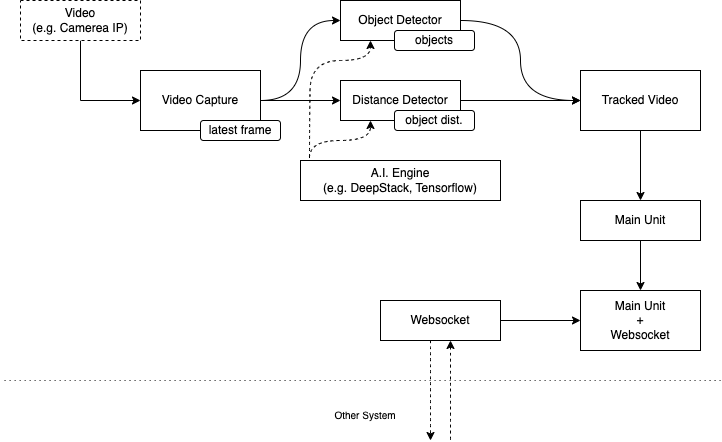
Before: imgs/VPU.png, a diagram exported from draw.io (charles-eyes-ba/video-processing-unit). Source tidied: cells renumbered, new cells last; positions are measured from the earlier drawing's top-left corner, leaving out a move shared by most shapes.
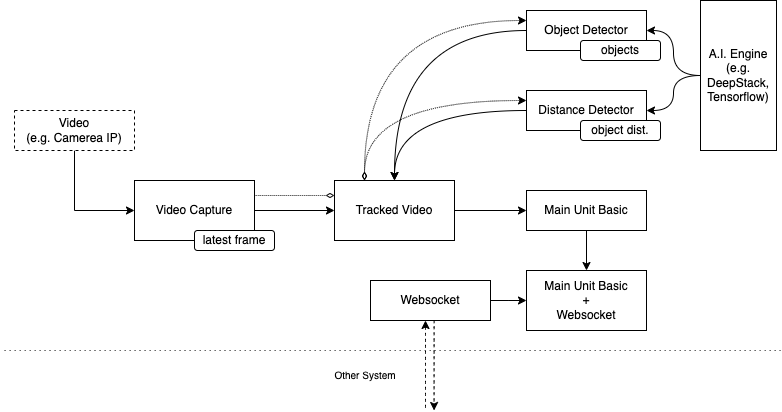
Above is the later version.

The edit, as a diff of the source:
```diff
@@ -6,100 +6,101 @@
       <mxGeometry relative="1" as="geometry" />
     </mxCell>
     <mxCell id="3" value="Video&lt;br&gt;(e.g. Camerea IP)" style="rounded=0;whiteSpace=wrap;html=1;dashed=1;" parent="1" vertex="1">
-      <mxGeometry x="20" width="120" height="40" as="geometry" />
+      <mxGeometry x="18" y="590" width="120" height="40" as="geometry" />
     </mxCell>
-    <mxCell id="4" style="edgeStyle=orthogonalEdgeStyle;rounded=0;jettySize=auto;html=1;entryX=0;entryY=0.5;entryDx=0;entryDy=0;curved=1;" parent="1" edge="1" source="6" target="9">
-      <mxGeometry relative="1" as="geometry" />
-    </mxCell>
-    <mxCell id="5" style="edgeStyle=orthogonalEdgeStyle;curved=1;rounded=0;jettySize=auto;html=1;entryX=0;entryY=0.5;entryDx=0;entryDy=0;" parent="1" edge="1" source="6" target="11">
-      <mxGeometry relative="1" as="geometry" />
-    </mxCell>
+    <mxCell id="28" style="edgeStyle=orthogonalEdgeStyle;curved=1;rounded=0;jettySize=auto;html=1;exitX=1;exitY=0.25;exitDx=0;exitDy=0;entryX=0;entryY=0.25;entryDx=0;entryDy=0;dashed=1;dashPattern=1 1;endArrow=diamondThin;endFill=0;" parent="1" edge="1" source="6" target="13">
+      <mxGeometry relative="1" as="geometry" />
+    </mxCell>
+    <mxCell id="29" style="edgeStyle=orthogonalEdgeStyle;curved=1;rounded=0;jettySize=auto;html=1;entryX=0;entryY=0.5;entryDx=0;entryDy=0;startArrow=none;startFill=0;endArrow=classic;endFill=1;" parent="1" edge="1" source="6" target="13">
+      <mxGeometry relative="1" as="geometry" />
+    </mxCell>
     <mxCell id="6" value="Video Capture" style="rounded=0;whiteSpace=wrap;html=1;" parent="1" vertex="1">
-      <mxGeometry x="140" y="70" width="120" height="60" as="geometry" />
+      <mxGeometry x="138" y="660" width="120" height="60" as="geometry" />
     </mxCell>
     <mxCell id="7" value="latest frame" style="rounded=1;whiteSpace=wrap;html=1;" parent="1" vertex="1">
-      <mxGeometry x="200" y="120" width="80" height="20" as="geometry" />
+      <mxGeometry x="198" y="710" width="80" height="20" as="geometry" />
     </mxCell>
-    <mxCell id="8" style="edgeStyle=orthogonalEdgeStyle;curved=1;rounded=0;jettySize=auto;html=1;entryX=0;entryY=0.5;entryDx=0;entryDy=0;" parent="1" edge="1" source="9" target="13">
-      <mxGeometry relative="1" as="geometry" />
-    </mxCell>
     <mxCell id="9" value="Object Detector" style="rounded=0;whiteSpace=wrap;html=1;" parent="1" vertex="1">
-      <mxGeometry x="340" width="120" height="40" as="geometry" />
+      <mxGeometry x="530" y="490" width="120" height="40" as="geometry" />
     </mxCell>
-    <mxCell id="10" style="edgeStyle=orthogonalEdgeStyle;curved=1;rounded=0;jettySize=auto;html=1;entryX=0;entryY=0.5;entryDx=0;entryDy=0;" parent="1" edge="1" source="11" target="13">
-      <mxGeometry relative="1" as="geometry" />
-    </mxCell>
     <mxCell id="11" value="Distance Detector" style="rounded=0;whiteSpace=wrap;html=1;" parent="1" vertex="1">
-      <mxGeometry x="340" y="80" width="120" height="40" as="geometry" />
+      <mxGeometry x="530" y="570" width="120" height="40" as="geometry" />
     </mxCell>
-    <mxCell id="12" style="edgeStyle=orthogonalEdgeStyle;curved=1;rounded=0;jettySize=auto;html=1;entryX=0.5;entryY=0;entryDx=0;entryDy=0;" parent="1" edge="1" source="13" target="20">
-      <mxGeometry relative="1" as="geometry" />
-    </mxCell>
+    <mxCell id="30" style="edgeStyle=orthogonalEdgeStyle;curved=1;rounded=0;jettySize=auto;html=1;entryX=0;entryY=0.5;entryDx=0;entryDy=0;exitX=0.5;exitY=0;exitDx=0;exitDy=0;startArrow=classic;startFill=1;endArrow=none;endFill=0;" parent="1" edge="1" source="13" target="9">
+      <mxGeometry relative="1" as="geometry" />
+    </mxCell>
+    <mxCell id="31" style="edgeStyle=orthogonalEdgeStyle;curved=1;rounded=0;jettySize=auto;html=1;entryX=0;entryY=0.5;entryDx=0;entryDy=0;exitX=0.5;exitY=0;exitDx=0;exitDy=0;startArrow=classic;startFill=1;endArrow=none;endFill=0;" parent="1" edge="1" source="13" target="11">
+      <mxGeometry relative="1" as="geometry" />
+    </mxCell>
+    <mxCell id="32" style="edgeStyle=orthogonalEdgeStyle;curved=1;rounded=0;jettySize=auto;html=1;exitX=0.25;exitY=0;exitDx=0;exitDy=0;entryX=0;entryY=0.25;entryDx=0;entryDy=0;dashed=1;dashPattern=1 1;endArrow=classic;endFill=1;startArrow=diamondThin;startFill=0;" parent="1" edge="1" source="13" target="9">
+      <mxGeometry relative="1" as="geometry" />
+    </mxCell>
+    <mxCell id="33" style="edgeStyle=orthogonalEdgeStyle;curved=1;rounded=0;jettySize=auto;html=1;exitX=0.25;exitY=0;exitDx=0;exitDy=0;entryX=0;entryY=0.25;entryDx=0;entryDy=0;dashed=1;dashPattern=1 1;endArrow=classic;endFill=1;startArrow=diamondThin;startFill=0;" parent="1" edge="1" source="13" target="11">
+      <mxGeometry relative="1" as="geometry" />
+    </mxCell>
+    <mxCell id="34" style="edgeStyle=orthogonalEdgeStyle;curved=1;rounded=0;jettySize=auto;html=1;entryX=0;entryY=0.5;entryDx=0;entryDy=0;startArrow=none;startFill=0;endArrow=classic;endFill=1;" parent="1" edge="1" source="13" target="36">
+      <mxGeometry relative="1" as="geometry" />
+    </mxCell>
     <mxCell id="13" value="Tracked Video" style="rounded=0;whiteSpace=wrap;html=1;" parent="1" vertex="1">
-      <mxGeometry x="580" y="70" width="120" height="60" as="geometry" />
+      <mxGeometry x="338" y="660" width="120" height="60" as="geometry" />
     </mxCell>
+    <mxCell id="15" style="edgeStyle=orthogonalEdgeStyle;curved=1;rounded=0;jettySize=auto;html=1;entryX=1;entryY=0.5;entryDx=0;entryDy=0;startArrow=none;startFill=0;endArrow=classic;endFill=1;" parent="1" edge="1" source="16" target="9">
+      <mxGeometry relative="1" as="geometry" />
+    </mxCell>
-    <mxCell id="14" style="edgeStyle=orthogonalEdgeStyle;curved=1;rounded=0;jettySize=auto;html=1;entryX=0.25;entryY=1;entryDx=0;entryDy=0;exitX=0.045;exitY=-0.062;exitDx=0;exitDy=0;exitPerimeter=0;dashed=1;" parent="1" edge="1" source="16" target="11">
+    <mxCell id="14" style="edgeStyle=orthogonalEdgeStyle;curved=1;rounded=0;jettySize=auto;html=1;entryX=1;entryY=0.5;entryDx=0;entryDy=0;startArrow=none;startFill=0;endArrow=classic;endFill=1;" parent="1" edge="1" source="16" target="11">
       <mxGeometry relative="1" as="geometry" />
     </mxCell>
-    <mxCell id="15" style="edgeStyle=orthogonalEdgeStyle;curved=1;rounded=0;jettySize=auto;html=1;entryX=0.25;entryY=1;entryDx=0;entryDy=0;exitX=0.045;exitY=-0.081;exitDx=0;exitDy=0;exitPerimeter=0;dashed=1;" parent="1" edge="1" source="16" target="9">
-      <mxGeometry relative="1" as="geometry">
-        <Array as="points">
-          <mxPoint x="309" y="120" />
-          <mxPoint x="310" y="120" />
-          <mxPoint x="310" y="60" />
-          <mxPoint x="370" y="60" />
-        </Array>
-      </mxGeometry>
-    </mxCell>
     <mxCell id="16" value="A.I. Engine&lt;br&gt;(e.g. DeepStack, Tensorflow)" style="rounded=0;whiteSpace=wrap;html=1;" parent="1" vertex="1">
-      <mxGeometry x="300" y="160" width="200" height="40" as="geometry" />
+      <mxGeometry x="704" y="480" width="76" height="150" as="geometry" />
     </mxCell>
     <mxCell id="17" value="objects" style="rounded=1;whiteSpace=wrap;html=1;" parent="1" vertex="1">
-      <mxGeometry x="394" y="30" width="80" height="20" as="geometry" />
+      <mxGeometry x="584" y="520" width="80" height="20" as="geometry" />
     </mxCell>
     <mxCell id="18" value="object dist." style="rounded=1;whiteSpace=wrap;html=1;" parent="1" vertex="1">
-      <mxGeometry x="394" y="110" width="80" height="20" as="geometry" />
+      <mxGeometry x="584" y="600" width="80" height="20" as="geometry" />
     </mxCell>
-    <mxCell id="19" style="edgeStyle=orthogonalEdgeStyle;curved=1;rounded=0;jettySize=auto;html=1;entryX=0.5;entryY=0;entryDx=0;entryDy=0;" parent="1" edge="1" source="20" target="21">
-      <mxGeometry relative="1" as="geometry" />
-    </mxCell>
-    <mxCell id="20" value="Main Unit" style="rounded=0;whiteSpace=wrap;html=1;" parent="1" vertex="1">
-      <mxGeometry x="580" y="200" width="120" height="40" as="geometry" />
-    </mxCell>
-    <mxCell id="21" value="Main Unit&lt;br&gt;+&lt;br&gt;Websocket" style="rounded=0;whiteSpace=wrap;html=1;" parent="1" vertex="1">
-      <mxGeometry x="580" y="290" width="120" height="60" as="geometry" />
-    </mxCell>
-    <mxCell id="22" style="edgeStyle=orthogonalEdgeStyle;curved=1;rounded=0;jettySize=auto;html=1;entryX=0;entryY=0.5;entryDx=0;entryDy=0;" parent="1" edge="1" source="24" target="21">
-      <mxGeometry relative="1" as="geometry" />
-    </mxCell>
-    <mxCell id="23" style="edgeStyle=orthogonalEdgeStyle;curved=1;rounded=0;jettySize=auto;html=1;fontSize=10;dashed=1;" parent="1" edge="1" source="24">
-      <mxGeometry relative="1" as="geometry">
-        <mxPoint x="430" y="440" as="targetPoint" />
-        <Array as="points">
-          <mxPoint x="430" y="440" />
-        </Array>
-      </mxGeometry>
-    </mxCell>
+    <mxCell id="35" style="edgeStyle=orthogonalEdgeStyle;curved=1;rounded=0;jettySize=auto;html=1;entryX=0.5;entryY=0;entryDx=0;entryDy=0;" parent="1" edge="1" source="36" target="37">
+      <mxGeometry relative="1" as="geometry" />
+    </mxCell>
+    <mxCell id="36" value="Main Unit Basic" style="rounded=0;whiteSpace=wrap;html=1;" parent="1" vertex="1">
+      <mxGeometry x="530" y="670" width="120" height="40" as="geometry" />
+    </mxCell>
+    <mxCell id="37" value="Main Unit Basic&lt;br&gt;+&lt;br&gt;Websocket" style="rounded=0;whiteSpace=wrap;html=1;" parent="1" vertex="1">
+      <mxGeometry x="530" y="750" width="120" height="60" as="geometry" />
+    </mxCell>
+    <mxCell id="38" style="edgeStyle=orthogonalEdgeStyle;curved=1;rounded=0;jettySize=auto;html=1;entryX=0;entryY=0.5;entryDx=0;entryDy=0;" parent="1" edge="1" source="24" target="37">
+      <mxGeometry relative="1" as="geometry" />
+    </mxCell>
+    <mxCell id="39" style="edgeStyle=orthogonalEdgeStyle;curved=1;rounded=0;orthogonalLoop=1;jettySize=auto;html=1;startArrow=classic;startFill=1;endArrow=none;endFill=0;dashed=1;" parent="1" edge="1">
+      <mxGeometry relative="1" as="geometry">
+        <mxPoint x="429" y="800" as="sourcePoint" />
+        <mxPoint x="429" y="890" as="targetPoint" />
+        <Array as="points">
+          <mxPoint x="429" y="830" />
+          <mxPoint x="429" y="830" />
+        </Array>
+      </mxGeometry>
+    </mxCell>
     <mxCell id="24" value="Websocket" style="rounded=0;whiteSpace=wrap;html=1;" parent="1" vertex="1">
-      <mxGeometry x="380" y="300" width="120" height="40" as="geometry" />
+      <mxGeometry x="374" y="760" width="120" height="40" as="geometry" />
     </mxCell>
-    <mxCell id="25" style="endArrow=none;dashed=1;html=1;rounded=0;curved=1;dashPattern=1 4;" parent="1" edge="1">
-      <mxGeometry relative="1" as="geometry">
-        <mxPoint x="720" y="380" as="sourcePoint" />
-        <mxPoint y="380" as="targetPoint" />
-      </mxGeometry>
-    </mxCell>
     <mxCell id="26" value="&lt;font style=&quot;font-size: 10px;&quot;&gt;Other System&lt;/font&gt;" style="text;html=1;strokeColor=none;fillColor=none;align=center;verticalAlign=middle;whiteSpace=wrap;rounded=0;" parent="1" vertex="1">
-      <mxGeometry x="320" y="400" width="90" height="30" as="geometry" />
+      <mxGeometry x="324" y="840" width="90" height="30" as="geometry" />
     </mxCell>
-    <mxCell id="27" style="edgeStyle=orthogonalEdgeStyle;curved=1;rounded=0;orthogonalLoop=1;jettySize=auto;html=1;fontSize=10;startArrow=classic;startFill=1;endArrow=none;endFill=0;dashed=1;" parent="1" edge="1">
-      <mxGeometry relative="1" as="geometry">
-        <mxPoint x="450" y="340" as="sourcePoint" />
-        <mxPoint x="450" y="440" as="targetPoint" />
-        <Array as="points">
-          <mxPoint x="450" y="440" />
-        </Array>
-      </mxGeometry>
-    </mxCell>
+    <mxCell id="40" style="edgeStyle=orthogonalEdgeStyle;curved=1;rounded=0;orthogonalLoop=1;jettySize=auto;html=1;startArrow=none;startFill=0;endArrow=classic;endFill=1;dashed=1;" parent="1" edge="1">
+      <mxGeometry relative="1" as="geometry">
+        <mxPoint x="437.6" y="800" as="sourcePoint" />
+        <mxPoint x="437.6" y="890" as="targetPoint" />
+        <Array as="points">
+          <mxPoint x="437.6" y="890" />
+        </Array>
+      </mxGeometry>
+    </mxCell>
+    <mxCell id="41" style="endArrow=none;dashed=1;html=1;rounded=0;curved=1;dashPattern=1 4;" parent="1" edge="1">
+      <mxGeometry relative="1" as="geometry">
+        <mxPoint x="784" y="830" as="sourcePoint" />
+        <mxPoint x="4" y="830" as="targetPoint" />
+      </mxGeometry>
+    </mxCell>
   </root>
 </mxGraphModel>
```
